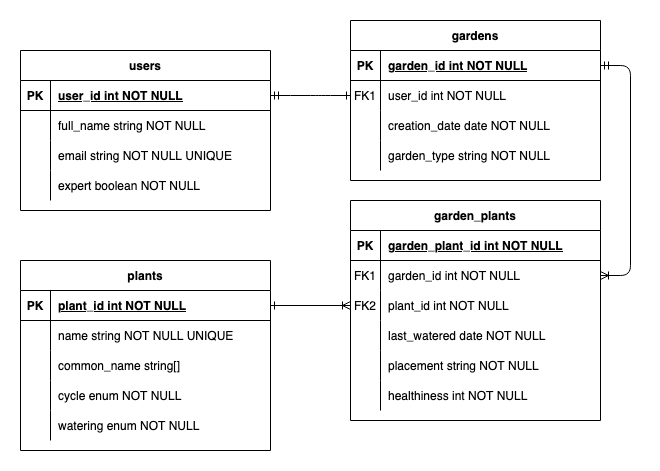
The draw.io diagram docs/er-diagram.png in willr42/coder-t2a2, before a commit. Source tidied: cells renumbered, new cells last; positions are measured from the earlier drawing's top-left corner, leaving out a move shared by most shapes.
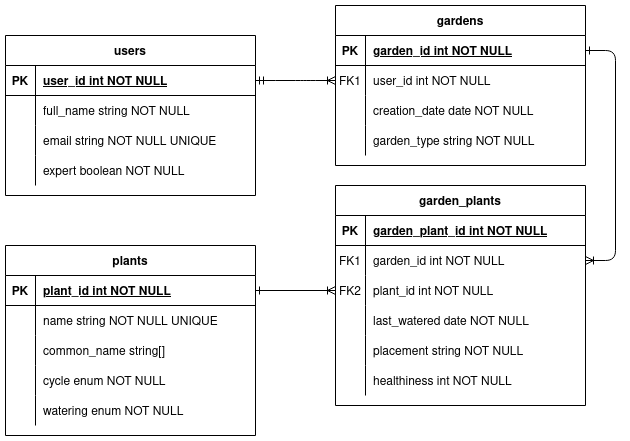
After the commit.

Commit message:
docs: more detail around R9

Change to the diagram source:
```diff
@@ -2,10 +2,10 @@
   <root>
     <mxCell id="0" />
     <mxCell id="1" parent="0" />
-    <mxCell id="2" style="edgeStyle=entityRelationEdgeStyle;endArrow=ERone;startArrow=ERmandOne;endFill=0;startFill=0;" parent="1" edge="1" source="37" target="8">
+    <mxCell id="2" style="edgeStyle=entityRelationEdgeStyle;endArrow=ERoneToMany;startArrow=ERmandOne;endFill=0;startFill=0;" parent="1" edge="1" source="37" target="8">
       <mxGeometry relative="1" as="geometry" />
     </mxCell>
-    <mxCell id="3" style="edgeStyle=entityRelationEdgeStyle;endArrow=ERoneToMany;startArrow=ERmandOne;endFill=0;startFill=0;" parent="1" edge="1" source="5" target="21">
+    <mxCell id="3" style="edgeStyle=entityRelationEdgeStyle;endArrow=ERoneToMany;startArrow=ERone;endFill=0;startFill=0;" parent="1" edge="1" source="5" target="21">
       <mxGeometry relative="1" as="geometry" />
     </mxCell>
     <mxCell id="4" value="gardens" style="shape=table;startSize=30;rowLines=0;fontStyle=1;align=center;" parent="1" vertex="1">
```
